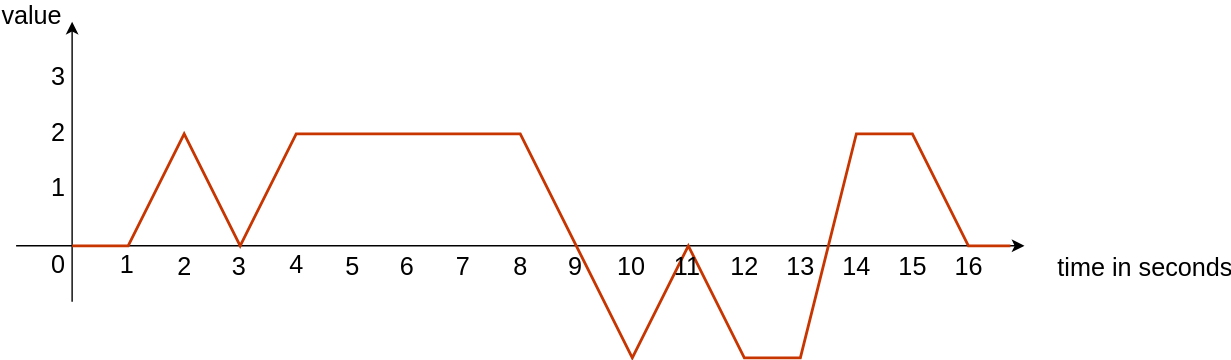
Before: Documentation/Design/Control_PROPORTIONAL.svg, a diagram exported from draw.io (JirkaDellOro/FUDGE). Source tidied: cells renumbered, new cells last; positions are measured from the earlier drawing's top-left corner, leaving out a move shared by most shapes. Source of this version:
```xml
<mxGraphModel>
  <root>
    <mxCell id="0" />
    <mxCell id="1" parent="0" />
    <mxCell id="2" style="endArrow=classic;html=1;rounded=1;" parent="1" edge="1">
      <mxGeometry x="40" y="35" as="geometry">
        <mxPoint x="40" y="205" as="sourcePoint" />
        <mxPoint x="40" y="5" as="targetPoint" />
      </mxGeometry>
    </mxCell>
    <mxCell id="3" style="endArrow=classic;html=1;rounded=1;jumpStyle=none;" parent="1" edge="1">
      <mxGeometry x="40" y="35" as="geometry">
        <mxPoint y="165" as="sourcePoint" />
        <mxPoint x="720" y="165" as="targetPoint" />
      </mxGeometry>
    </mxCell>
    <mxCell id="4" value="time in seconds" style="edgeLabel;html=1;align=center;verticalAlign=middle;fontSize=18;" parent="3" vertex="1">
      <mxGeometry x="0.84" y="1" relative="1" as="geometry">
        <mxPoint x="141" y="16" as="offset" />
      </mxGeometry>
    </mxCell>
    <mxCell id="5" value="2" style="text;html=1;align=center;verticalAlign=middle;fontSize=18;" parent="1" vertex="1">
      <mxGeometry x="15" y="70" width="30" height="30" as="geometry" />
    </mxCell>
    <mxCell id="6" value="0" style="text;html=1;align=center;verticalAlign=middle;fontSize=18;" parent="1" vertex="1">
      <mxGeometry x="15" y="164" width="30" height="30" as="geometry" />
    </mxCell>
    <mxCell id="7" value="3" style="text;html=1;align=center;verticalAlign=middle;fontSize=18;rotation=0;" parent="1" vertex="1">
      <mxGeometry x="15" y="30" width="30" height="30" as="geometry" />
    </mxCell>
    <mxCell id="8" value="1" style="text;html=1;align=center;verticalAlign=middle;fontSize=18;" parent="1" vertex="1">
      <mxGeometry x="15" y="109" width="30" height="30" as="geometry" />
    </mxCell>
    <mxCell id="9" value="1" style="text;html=1;align=center;verticalAlign=middle;fontSize=18;" parent="1" vertex="1">
      <mxGeometry x="64" y="164" width="30" height="30" as="geometry" />
    </mxCell>
    <mxCell id="10" value="2" style="text;html=1;align=center;verticalAlign=middle;fontSize=18;" parent="1" vertex="1">
      <mxGeometry x="105" y="165" width="30" height="30" as="geometry" />
    </mxCell>
    <mxCell id="11" value="3" style="text;html=1;align=center;verticalAlign=middle;fontSize=18;" parent="1" vertex="1">
      <mxGeometry x="144" y="165" width="30" height="30" as="geometry" />
    </mxCell>
    <mxCell id="12" value="4" style="text;html=1;align=center;verticalAlign=middle;fontSize=18;" parent="1" vertex="1">
      <mxGeometry x="185" y="164" width="30" height="30" as="geometry" />
    </mxCell>
    <mxCell id="13" value="5" style="text;html=1;align=center;verticalAlign=middle;fontSize=18;" parent="1" vertex="1">
      <mxGeometry x="225" y="165" width="30" height="30" as="geometry" />
    </mxCell>
    <mxCell id="14" value="value" style="edgeLabel;html=1;align=center;verticalAlign=middle;fontSize=18;" parent="1" vertex="1">
      <mxGeometry x="10" as="geometry" />
    </mxCell>
    <mxCell id="15" style="endArrow=none;html=1;fontSize=18;fontColor=#FF0000;fillColor=#fa6800;strokeColor=#C73500;rounded=0;strokeWidth=2;" parent="1" edge="1">
      <mxGeometry x="40" y="35" as="geometry">
        <mxPoint x="40" y="165" as="sourcePoint" />
        <mxPoint x="710" y="165" as="targetPoint" />
        <Array as="points">
          <mxPoint x="80" y="165" />
          <mxPoint x="120" y="85" />
          <mxPoint x="160" y="165" />
          <mxPoint x="200" y="85" />
          <mxPoint x="360" y="85" />
          <mxPoint x="400" y="165" />
          <mxPoint x="440" y="245" />
          <mxPoint x="480" y="165" />
          <mxPoint x="520" y="245" />
          <mxPoint x="560" y="245" />
          <mxPoint x="600" y="85" />
          <mxPoint x="640" y="85" />
          <mxPoint x="680" y="165" />
        </Array>
      </mxGeometry>
    </mxCell>
    <mxCell id="16" value="6" style="text;html=1;align=center;verticalAlign=middle;fontSize=18;" parent="1" vertex="1">
      <mxGeometry x="264" y="165" width="30" height="30" as="geometry" />
    </mxCell>
    <mxCell id="17" value="7" style="text;html=1;align=center;verticalAlign=middle;fontSize=18;" parent="1" vertex="1">
      <mxGeometry x="304" y="165" width="30" height="30" as="geometry" />
    </mxCell>
    <mxCell id="18" value="8" style="text;html=1;align=center;verticalAlign=middle;fontSize=18;" parent="1" vertex="1">
      <mxGeometry x="345" y="165" width="30" height="30" as="geometry" />
    </mxCell>
    <mxCell id="19" value="9" style="text;html=1;align=center;verticalAlign=middle;fontSize=18;" parent="1" vertex="1">
      <mxGeometry x="384" y="165" width="30" height="30" as="geometry" />
    </mxCell>
    <mxCell id="20" value="10" style="text;html=1;align=center;verticalAlign=middle;fontSize=18;" parent="1" vertex="1">
      <mxGeometry x="419" y="165" width="40" height="30" as="geometry" />
    </mxCell>
    <mxCell id="21" value="11" style="text;html=1;align=center;verticalAlign=middle;fontSize=18;" parent="1" vertex="1">
      <mxGeometry x="464" y="165" width="30" height="30" as="geometry" />
    </mxCell>
    <mxCell id="22" value="12" style="text;html=1;align=center;verticalAlign=middle;fontSize=18;" parent="1" vertex="1">
      <mxGeometry x="500" y="165" width="40" height="30" as="geometry" />
    </mxCell>
    <mxCell id="23" value="13" style="text;html=1;align=center;verticalAlign=middle;fontSize=18;" parent="1" vertex="1">
      <mxGeometry x="540" y="165" width="40" height="30" as="geometry" />
    </mxCell>
    <mxCell id="24" value="14" style="text;html=1;align=center;verticalAlign=middle;fontSize=18;" parent="1" vertex="1">
      <mxGeometry x="580" y="165" width="40" height="30" as="geometry" />
    </mxCell>
    <mxCell id="25" value="15" style="text;html=1;align=center;verticalAlign=middle;fontSize=18;" parent="1" vertex="1">
      <mxGeometry x="620" y="165" width="40" height="30" as="geometry" />
    </mxCell>
    <mxCell id="26" value="16" style="text;html=1;align=center;verticalAlign=middle;fontSize=18;" parent="1" vertex="1">
      <mxGeometry x="660" y="165" width="40" height="30" as="geometry" />
    </mxCell>
    <mxCell id="27" value="&lt;br&gt;" style="text;html=1;align=center;verticalAlign=middle;fontSize=18;fontColor=#000000;" parent="1" vertex="1">
      <mxGeometry x="260" y="65" width="20" height="30" as="geometry" />
    </mxCell>
  </root>
</mxGraphModel>
```
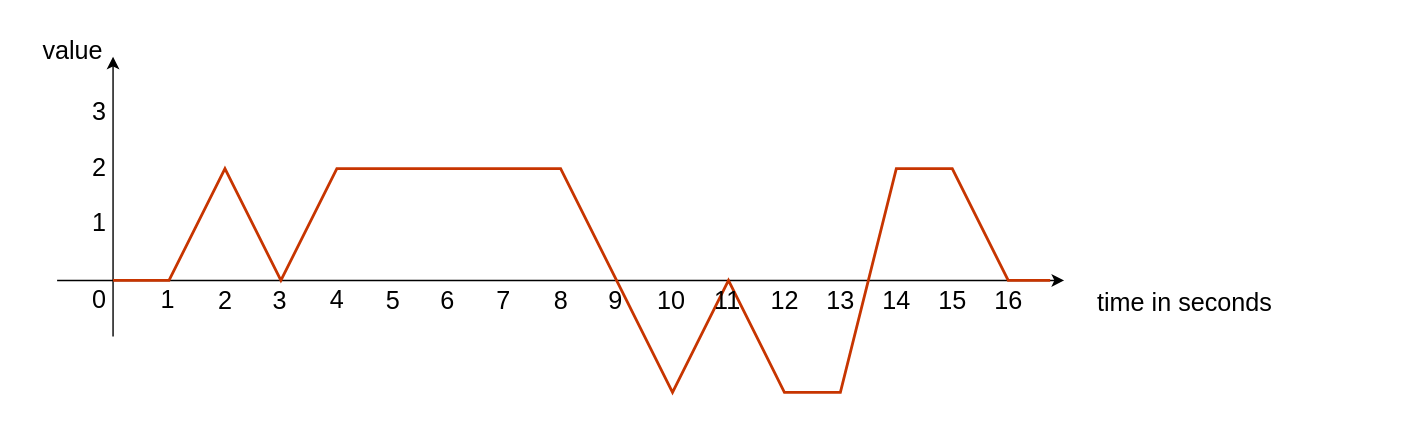
The same file after the commit.

Diff of the diagram source:
```diff
@@ -2,6 +2,9 @@
   <root>
     <mxCell id="0" />
     <mxCell id="1" parent="0" />
+    <mxCell id="28" style="rounded=0;whiteSpace=wrap;html=1;strokeColor=none;" parent="1" vertex="1">
+      <mxGeometry x="-40" y="-35" width="1000" height="300" as="geometry" />
+    </mxCell>
     <mxCell id="2" style="endArrow=classic;html=1;rounded=1;" parent="1" edge="1">
       <mxGeometry x="40" y="35" as="geometry">
         <mxPoint x="40" y="205" as="sourcePoint" />
```
